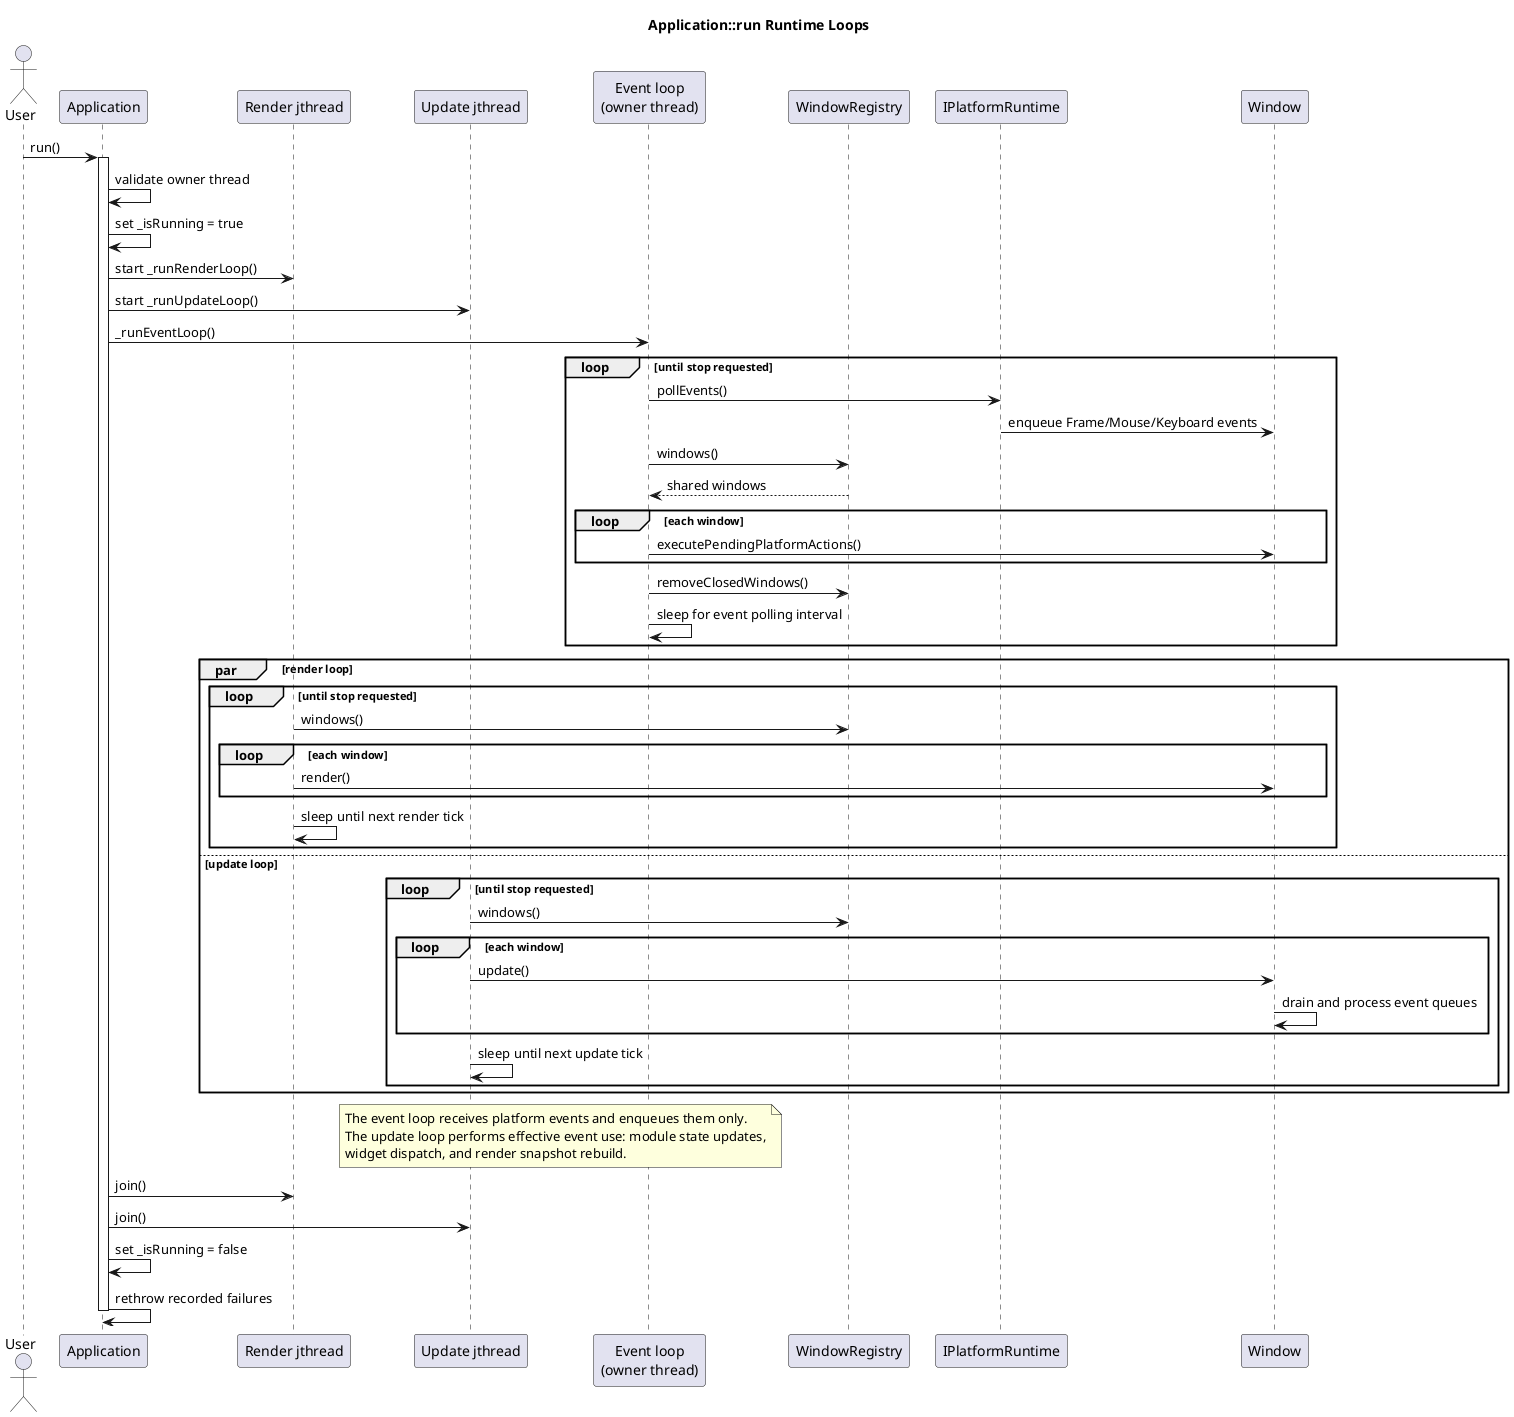
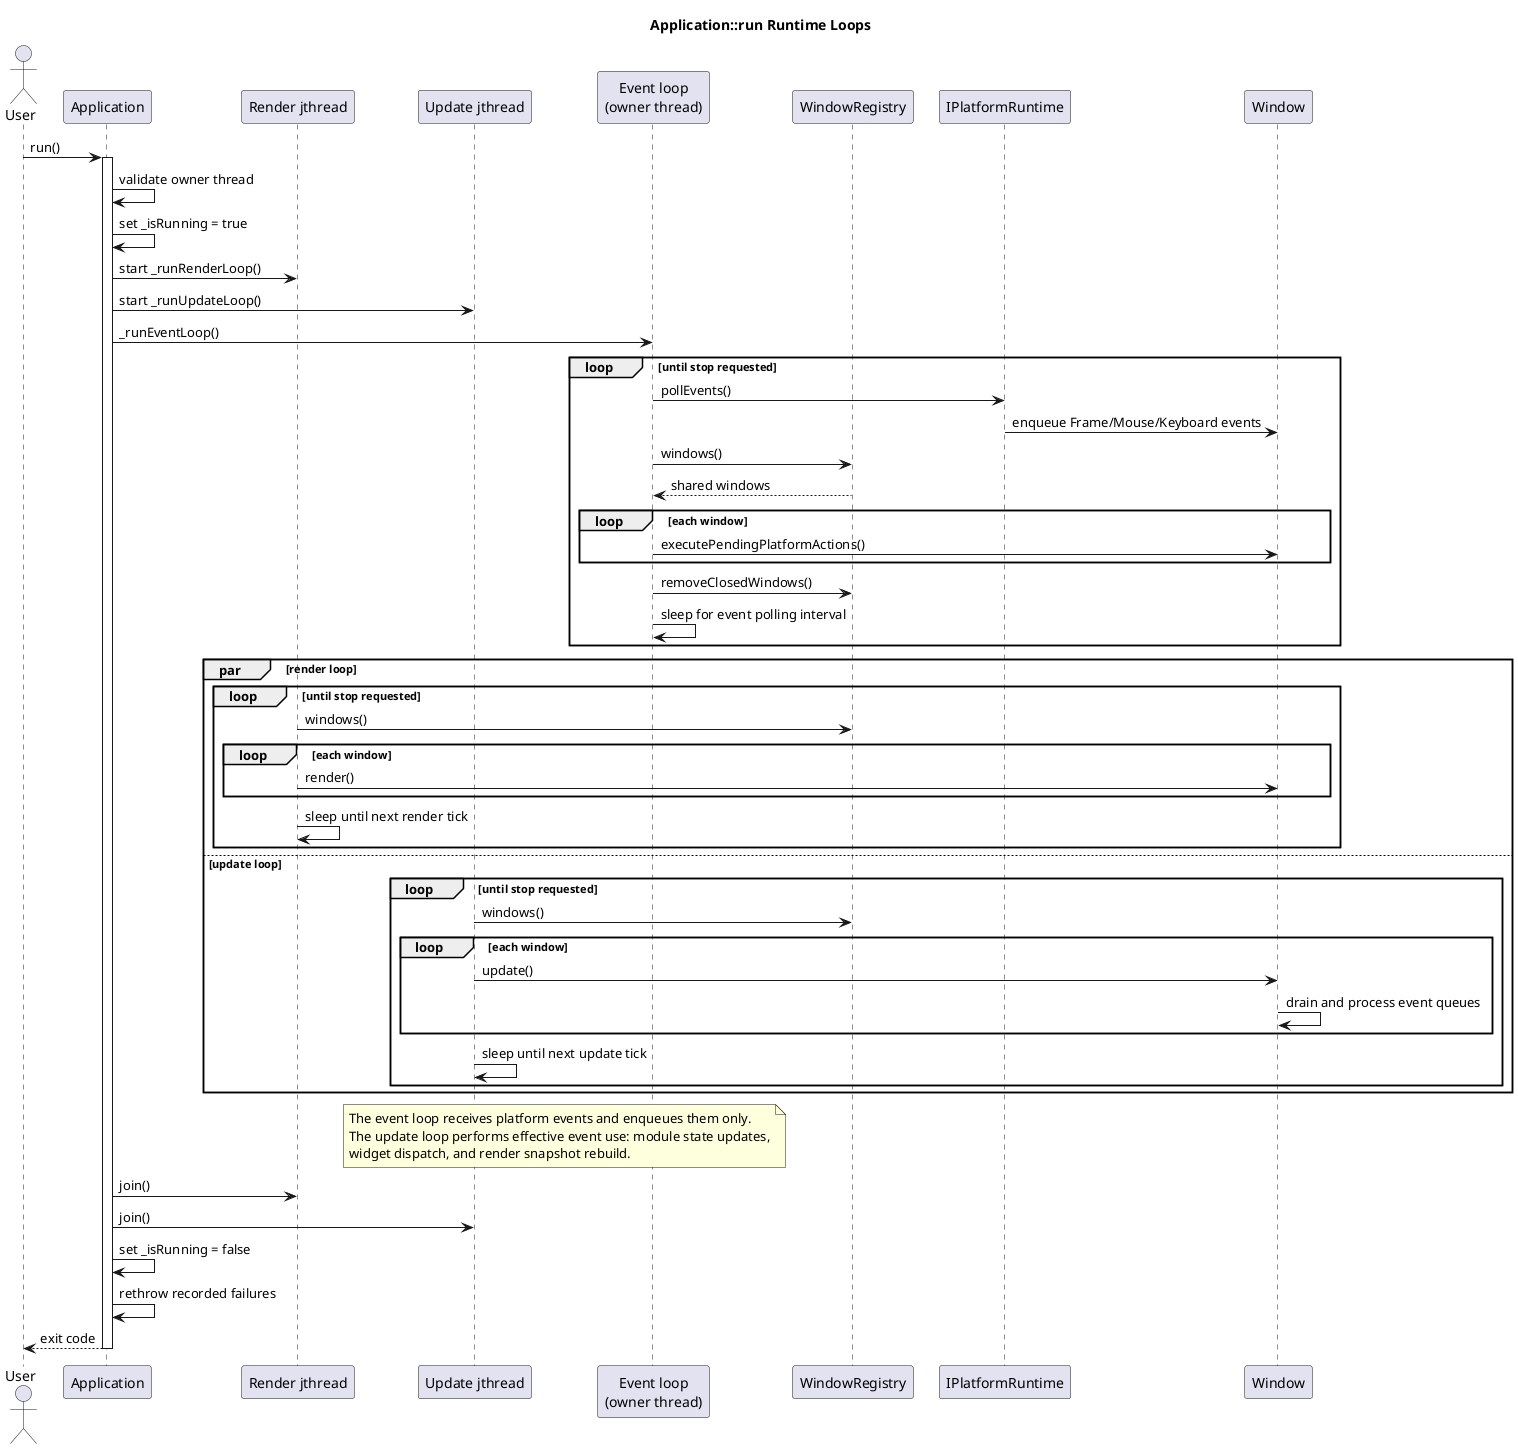
@startuml
title Application::run Runtime Loops

skinparam ParticipantPadding 8

actor User
participant "Application" as App
participant "Render jthread" as RenderThread
participant "Update jthread" as UpdateThread
participant "Event loop\n(owner thread)" as EventLoop
participant "WindowRegistry" as Registry
participant "IPlatformRuntime" as Platform
participant "Window" as Window

User -> App : run()
activate App
App -> App : validate owner thread
App -> App : set _isRunning = true
App -> RenderThread : start _runRenderLoop()
App -> UpdateThread : start _runUpdateLoop()
App -> EventLoop : _runEventLoop()

loop until stop requested
	EventLoop -> Platform : pollEvents()
	Platform -> Window : enqueue Frame/Mouse/Keyboard events
	EventLoop -> Registry : windows()
	Registry --> EventLoop : shared windows
	loop each window
		EventLoop -> Window : executePendingPlatformActions()
	end
	EventLoop -> Registry : removeClosedWindows()
	EventLoop -> EventLoop : sleep for event polling interval
end

par render loop
	loop until stop requested
		RenderThread -> Registry : windows()
		loop each window
			RenderThread -> Window : render()
		end
		RenderThread -> RenderThread : sleep until next render tick
	end
else update loop
	loop until stop requested
		UpdateThread -> Registry : windows()
		loop each window
			UpdateThread -> Window : update()
			Window -> Window : drain and process event queues
		end
		UpdateThread -> UpdateThread : sleep until next update tick
	end
end

note over EventLoop,UpdateThread
The event loop receives platform events and enqueues them only.
The update loop performs effective event use: module state updates,
widget dispatch, and render snapshot rebuild.
end note

App -> RenderThread : join()
App -> UpdateThread : join()
App -> App : set _isRunning = false
App -> App : rethrow recorded failures
+ App --> User : exit code
deactivate App

@enduml
